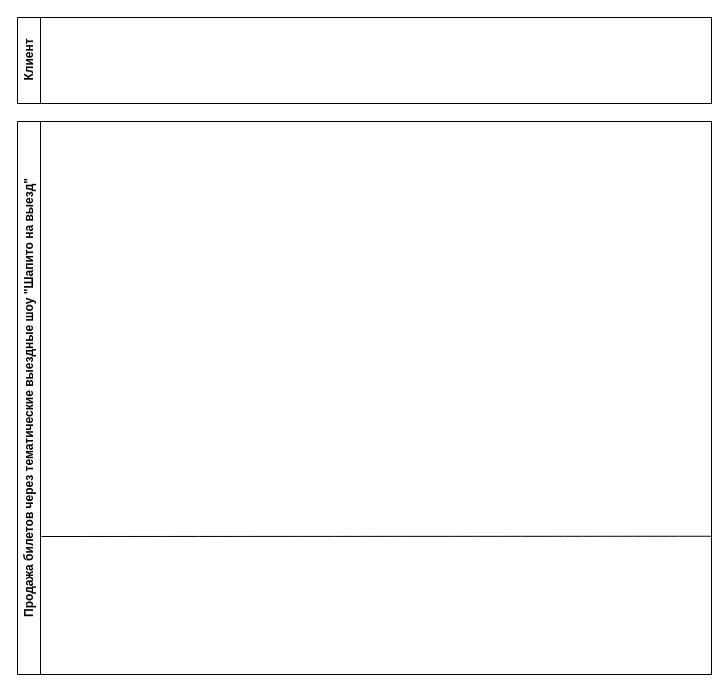
Above: 1111.drawio in Helpmepleaseitishard/database-design-4-semester (draw.io), before the change. Source tidied: cells renumbered, new cells numbered last; positions are measured from the earlier drawing's top-left corner, leaving out a move shared by most shapes. Both pictures are drawn from the tidied source at 100%, with x=0, y=0 at pixel (17, 17).
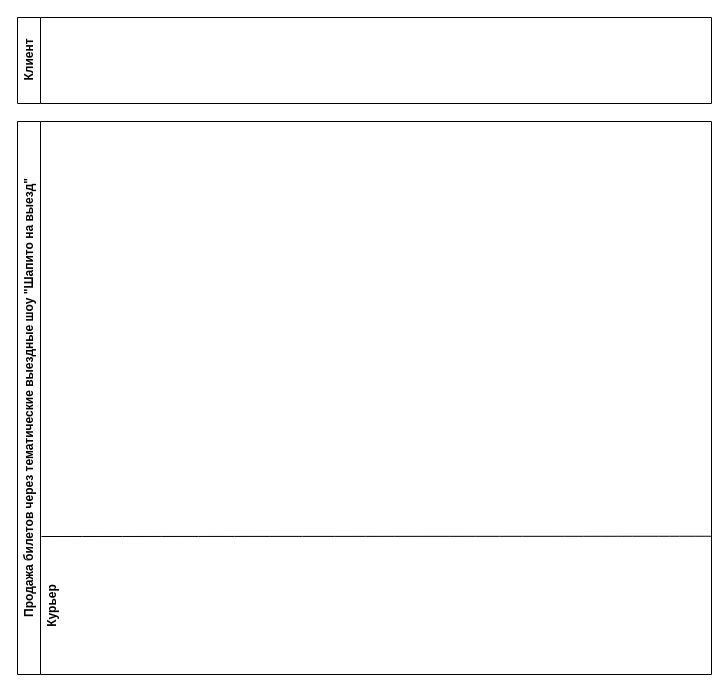
Above is the later version.

What changed in the source:
```diff
@@
 <mxGraphModel>
   <root>
     <mxCell id="0" />
     <mxCell id="1" parent="0" />
     <mxCell id="2" value="Продажа билетов через тематические выездные шоу &quot;Шапито на выезд&quot;" style="swimlane;horizontal=0;whiteSpace=wrap;html=1;" parent="1" vertex="1">
       <mxGeometry y="104" width="694" height="553" as="geometry" />
     </mxCell>
     <mxCell id="3" style="endArrow=none;html=1;rounded=0;fontSize=12;startSize=8;endSize=8;curved=1;exitX=1;exitY=0.75;exitDx=0;exitDy=0;" parent="2" edge="1" source="2">
       <mxGeometry relative="1" as="geometry">
         <mxPoint x="24" y="415" as="targetPoint" />
       </mxGeometry>
     </mxCell>
     <mxCell id="4" value="Клиент" style="swimlane;horizontal=0;whiteSpace=wrap;html=1;" parent="1" vertex="1">
       <mxGeometry width="694" height="86" as="geometry" />
     </mxCell>
+    <mxCell id="5" value="&lt;b&gt;Курьер&lt;/b&gt;" style="text;html=1;align=center;verticalAlign=middle;whiteSpace=wrap;rounded=0;rotation=-90;" parent="1" vertex="1">
+      <mxGeometry x="-35" y="577" width="138" height="23" as="geometry" />
+    </mxCell>
   </root>
 </mxGraphModel>
```
